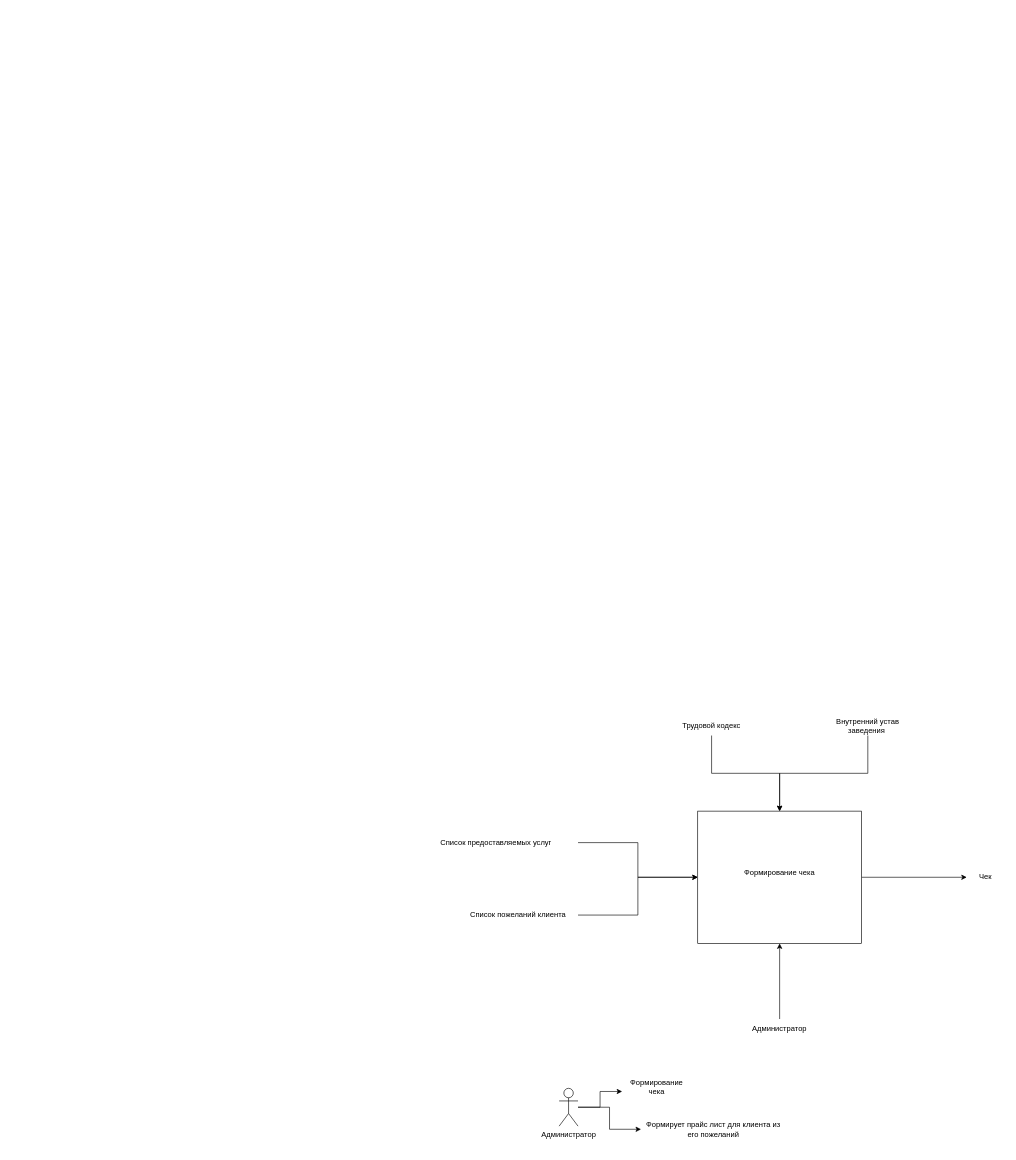
Before: Диаграмма без названия.drawio in Fidjanis/NAdo, a draw.io diagram. Source tidied: cells renumbered, new cells numbered last; positions are measured from the earlier drawing's top-left corner, leaving out a move shared by most shapes. Both pictures are drawn from the tidied source at 63%, with x=0, y=0 at pixel (414, 716).
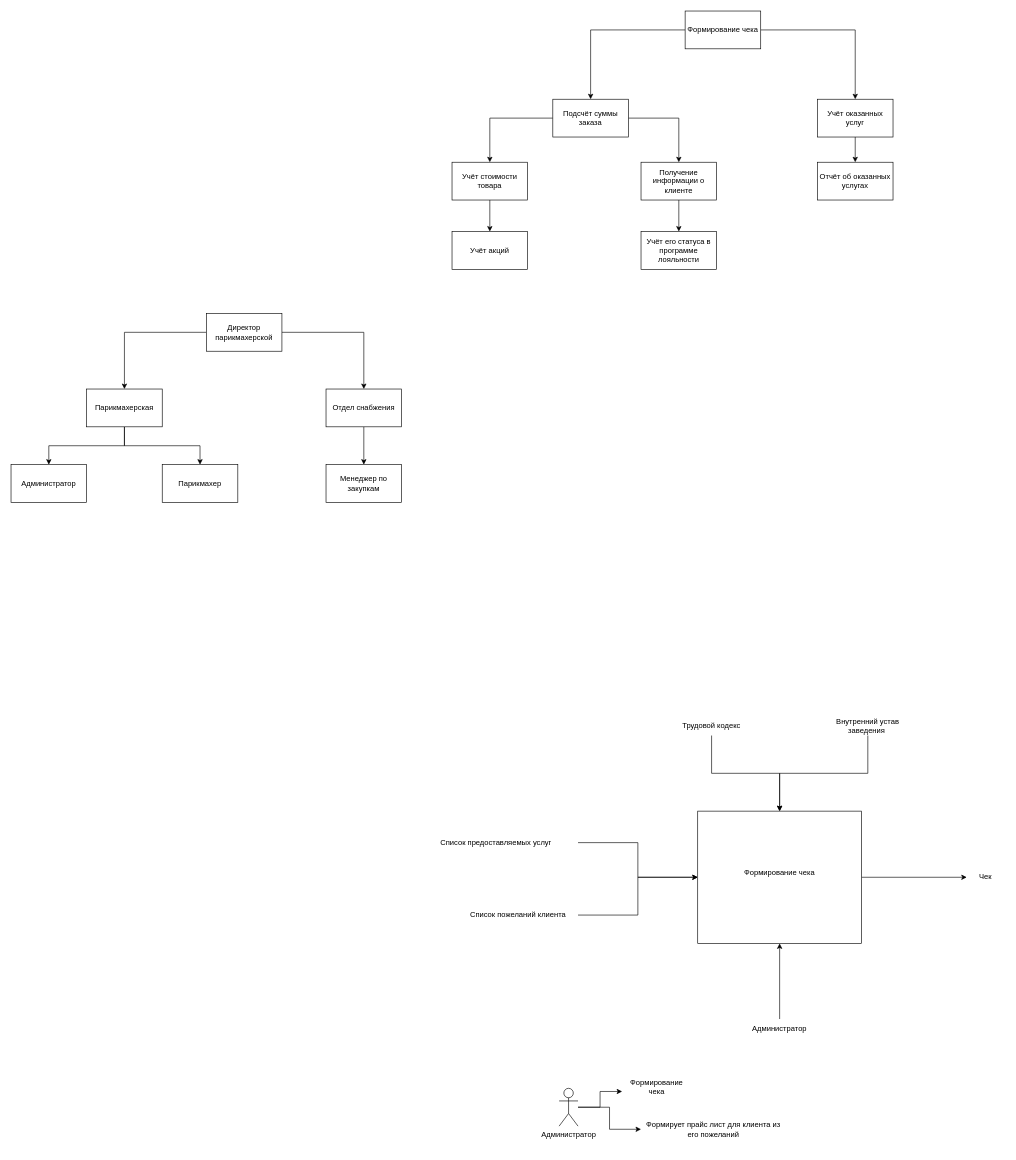
Above is the later version.

The edit, as a diff of the source:
```diff
@@
+    <mxCell id="20" style="edgeStyle=orthogonalEdgeStyle;rounded=0;jettySize=auto;html=1;" parent="1" edge="1" source="22" target="25">
+      <mxGeometry relative="1" as="geometry" />
+    </mxCell>
+    <mxCell id="21" style="edgeStyle=orthogonalEdgeStyle;rounded=0;jettySize=auto;html=1;" parent="1" edge="1" source="22" target="29">
+      <mxGeometry relative="1" as="geometry" />
+    </mxCell>
+    <mxCell id="22" value="Директор парикмахерской" style="rounded=0;whiteSpace=wrap;html=1;" parent="1" vertex="1">
+      <mxGeometry x="-330" y="-640" width="120" height="60" as="geometry" />
+    </mxCell>
+    <mxCell id="23" style="edgeStyle=orthogonalEdgeStyle;rounded=0;jettySize=auto;html=1;" parent="1" edge="1" source="25" target="26">
+      <mxGeometry relative="1" as="geometry" />
+    </mxCell>
+    <mxCell id="24" style="edgeStyle=orthogonalEdgeStyle;rounded=0;jettySize=auto;html=1;" parent="1" edge="1" source="25" target="27">
+      <mxGeometry relative="1" as="geometry" />
+    </mxCell>
+    <mxCell id="25" value="Парикмахерская" style="rounded=0;whiteSpace=wrap;html=1;" parent="1" vertex="1">
+      <mxGeometry x="-520" y="-520" width="120" height="60" as="geometry" />
+    </mxCell>
+    <mxCell id="26" value="Администратор" style="rounded=0;whiteSpace=wrap;html=1;" parent="1" vertex="1">
+      <mxGeometry x="-640" y="-400" width="120" height="60" as="geometry" />
+    </mxCell>
+    <mxCell id="27" value="Парикмахер" style="rounded=0;whiteSpace=wrap;html=1;" parent="1" vertex="1">
+      <mxGeometry x="-400" y="-400" width="120" height="60" as="geometry" />
+    </mxCell>
+    <mxCell id="28" style="edgeStyle=orthogonalEdgeStyle;rounded=0;jettySize=auto;html=1;" parent="1" edge="1" source="29" target="30">
+      <mxGeometry relative="1" as="geometry" />
+    </mxCell>
+    <mxCell id="29" value="Отдел снабжения" style="rounded=0;whiteSpace=wrap;html=1;" parent="1" vertex="1">
+      <mxGeometry x="-140" y="-520" width="120" height="60" as="geometry" />
+    </mxCell>
+    <mxCell id="30" value="Менеджер по закупкам" style="rounded=0;whiteSpace=wrap;html=1;" parent="1" vertex="1">
+      <mxGeometry x="-140" y="-400" width="120" height="60" as="geometry" />
+    </mxCell>
+    <mxCell id="31" style="edgeStyle=orthogonalEdgeStyle;rounded=0;jettySize=auto;html=1;" parent="1" edge="1" source="33" target="36">
+      <mxGeometry relative="1" as="geometry" />
+    </mxCell>
+    <mxCell id="32" style="edgeStyle=orthogonalEdgeStyle;rounded=0;jettySize=auto;html=1;" parent="1" edge="1" source="33" target="38">
+      <mxGeometry relative="1" as="geometry" />
+    </mxCell>
+    <mxCell id="33" value="Формирование чека" style="rounded=0;whiteSpace=wrap;html=1;" parent="1" vertex="1">
+      <mxGeometry x="430" y="-1120" width="120" height="60" as="geometry" />
+    </mxCell>
+    <mxCell id="34" style="edgeStyle=orthogonalEdgeStyle;rounded=0;jettySize=auto;html=1;" parent="1" edge="1" source="36" target="40">
+      <mxGeometry relative="1" as="geometry" />
+    </mxCell>
+    <mxCell id="35" style="edgeStyle=orthogonalEdgeStyle;rounded=0;jettySize=auto;html=1;" parent="1" edge="1" source="36" target="42">
+      <mxGeometry relative="1" as="geometry" />
+    </mxCell>
+    <mxCell id="36" value="Подсчёт суммы заказа" style="rounded=0;whiteSpace=wrap;html=1;" parent="1" vertex="1">
+      <mxGeometry x="220" y="-980" width="120" height="60" as="geometry" />
+    </mxCell>
+    <mxCell id="37" style="edgeStyle=orthogonalEdgeStyle;rounded=0;jettySize=auto;html=1;" parent="1" edge="1" source="38" target="45">
+      <mxGeometry relative="1" as="geometry" />
+    </mxCell>
+    <mxCell id="38" value="Учёт оказанных услуг" style="rounded=0;whiteSpace=wrap;html=1;" parent="1" vertex="1">
+      <mxGeometry x="640" y="-980" width="120" height="60" as="geometry" />
+    </mxCell>
+    <mxCell id="39" style="edgeStyle=orthogonalEdgeStyle;rounded=0;jettySize=auto;html=1;" parent="1" edge="1" source="40" target="44">
+      <mxGeometry relative="1" as="geometry" />
+    </mxCell>
+    <mxCell id="40" value="Учёт стоимости товара" style="rounded=0;whiteSpace=wrap;html=1;" parent="1" vertex="1">
+      <mxGeometry x="60" y="-880" width="120" height="60" as="geometry" />
+    </mxCell>
+    <mxCell id="41" style="edgeStyle=orthogonalEdgeStyle;rounded=0;jettySize=auto;html=1;" parent="1" edge="1" source="42" target="43">
+      <mxGeometry relative="1" as="geometry" />
+    </mxCell>
+    <mxCell id="42" value="Получение информации о клиенте" style="rounded=0;whiteSpace=wrap;html=1;" parent="1" vertex="1">
+      <mxGeometry x="360" y="-880" width="120" height="60" as="geometry" />
+    </mxCell>
+    <mxCell id="43" value="Учёт его статуса в программе лояльности" style="rounded=0;whiteSpace=wrap;html=1;" parent="1" vertex="1">
+      <mxGeometry x="360" y="-770" width="120" height="60" as="geometry" />
+    </mxCell>
+    <mxCell id="44" value="Учёт акций" style="rounded=0;whiteSpace=wrap;html=1;" parent="1" vertex="1">
+      <mxGeometry x="60" y="-770" width="120" height="60" as="geometry" />
+    </mxCell>
+    <mxCell id="45" value="Отчёт об оказанных услугах" style="rounded=0;whiteSpace=wrap;html=1;" parent="1" vertex="1">
+      <mxGeometry x="640" y="-880" width="120" height="60" as="geometry" />
+    </mxCell>
```
